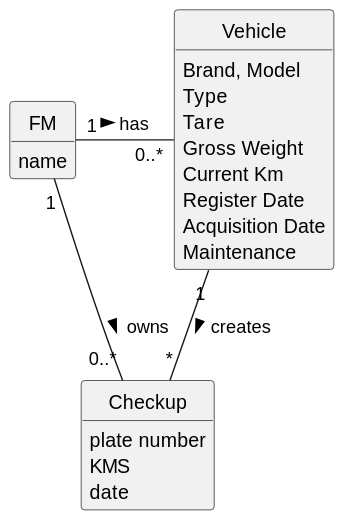
Before: docs/sprintA/us007/02.analysis/svg/us007-domain-model.svg, a diagram exported from PlantUML (daniel41silva05/ISEP_2023_2024_LAPR2). The source it was exported from:
```plantuml
@startuml
skinparam monochrome true
skinparam packageStyle rectangle
skinparam shadowing false


skinparam classAttributeIconSize 0

hide circle
hide methods



class FM {
    name
}

class Checkup {
    plate number
     KMS
     date
}


class Vehicle {
    Brand, Model
    Type
    Tare
    Gross Weight
    Current Km
    Register Date
    Acquisition Date
     Maintenance
}


FM "1" - "0..*" Vehicle : has >
FM "1" - "0..*" Checkup : owns >
Vehicle "1" -- "*" Checkup : creates >
@enduml
```
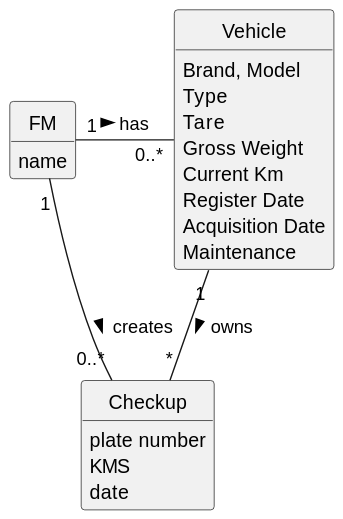
After the change.

Diff of the diagram source:
```diff
@@ -30,11 +30,11 @@
     Current Km
     Register Date
     Acquisition Date
-     Maintenance
+    Maintenance
 }
 
 
 FM "1" - "0..*" Vehicle : has >
-FM "1" - "0..*" Checkup : owns >
-Vehicle "1" -- "*" Checkup : creates >
+FM "1" - "0..*" Checkup : creates >
+Vehicle "1" -- "*" Checkup : owns >
 @enduml
```
